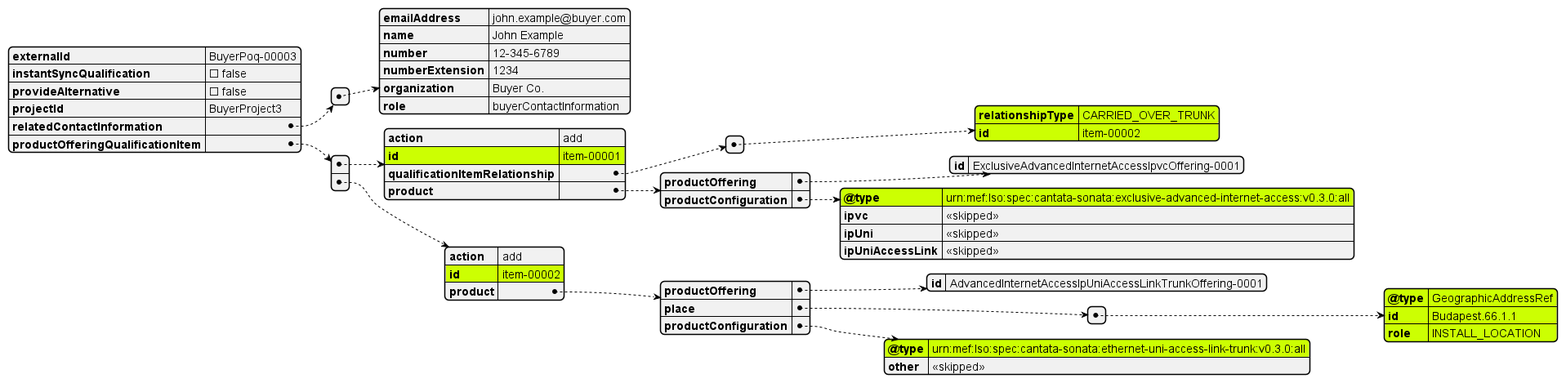
Before: documentation/productSchema/ip/internetAccess/MEF 139 resources/media/useCases/uc4POQ.png, a diagram exported from PlantUML (MEF-GIT/MEF-LSO-Sonata-SDK).
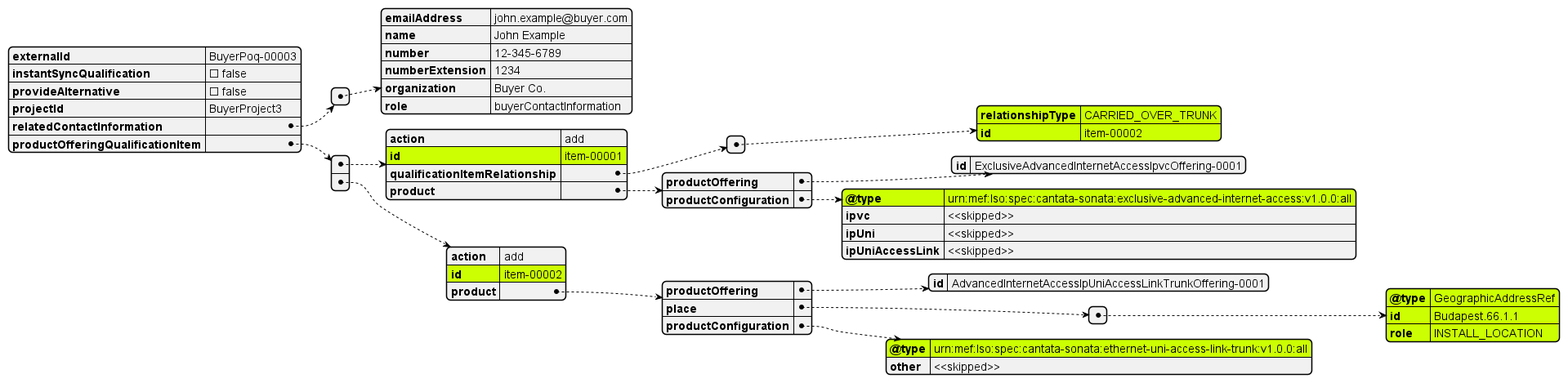
After the commit.

Diff of the diagram source:
```diff
@@ -43,7 +43,7 @@
           "id": "ExclusiveAdvancedInternetAccessIpvcOffering-0001"
         },
         "productConfiguration": {
-          "@type": "urn:mef:lso:spec:cantata-sonata:exclusive-advanced-internet-access:v0.3.0:all",
+          "@type": "urn:mef:lso:spec:cantata-sonata:exclusive-advanced-internet-access:v1.0.0:all",
           "ipvc": "<<skipped>>",
           "ipUni":  "<<skipped>>",
           "ipUniAccessLink":  "<<skipped>>"
@@ -65,7 +65,7 @@
           }
         ],
         "productConfiguration": {
-          "@type": "urn:mef:lso:spec:cantata-sonata:ethernet-uni-access-link-trunk:v0.3.0:all",
+          "@type": "urn:mef:lso:spec:cantata-sonata:ethernet-uni-access-link-trunk:v1.0.0:all",
            "other": "<<skipped>>"
         }
       }
```
